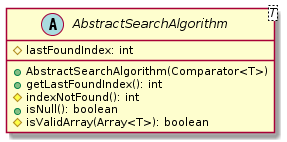
P-Kalin/kit26a keeps this PlantUML diagram as malokhvii-eduard/malokhvii05/doc/plantuml/png/ua.khpi.oop.malokhvii05.common.algorithms.search.AbstractSearchAlgorithm.png. Above is the earlier version. Source of this version:
```plantuml
@startuml

    abstract class AbstractSearchAlgorithm<T> {
        #lastFoundIndex: int
        +AbstractSearchAlgorithm(Comparator<T>)
        +getLastFoundIndex(): int
        #indexNotFound(): int
        +isNull(): boolean
        #isValidArray(Array<T>): boolean
    }

@enduml
```
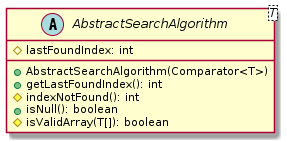
Above is the later version.

What changed in the source:
```diff
@@ -6,7 +6,7 @@
         +getLastFoundIndex(): int
         #indexNotFound(): int
         +isNull(): boolean
-        #isValidArray(Array<T>): boolean
+        #isValidArray(T[]): boolean
     }
 
 @enduml
```
